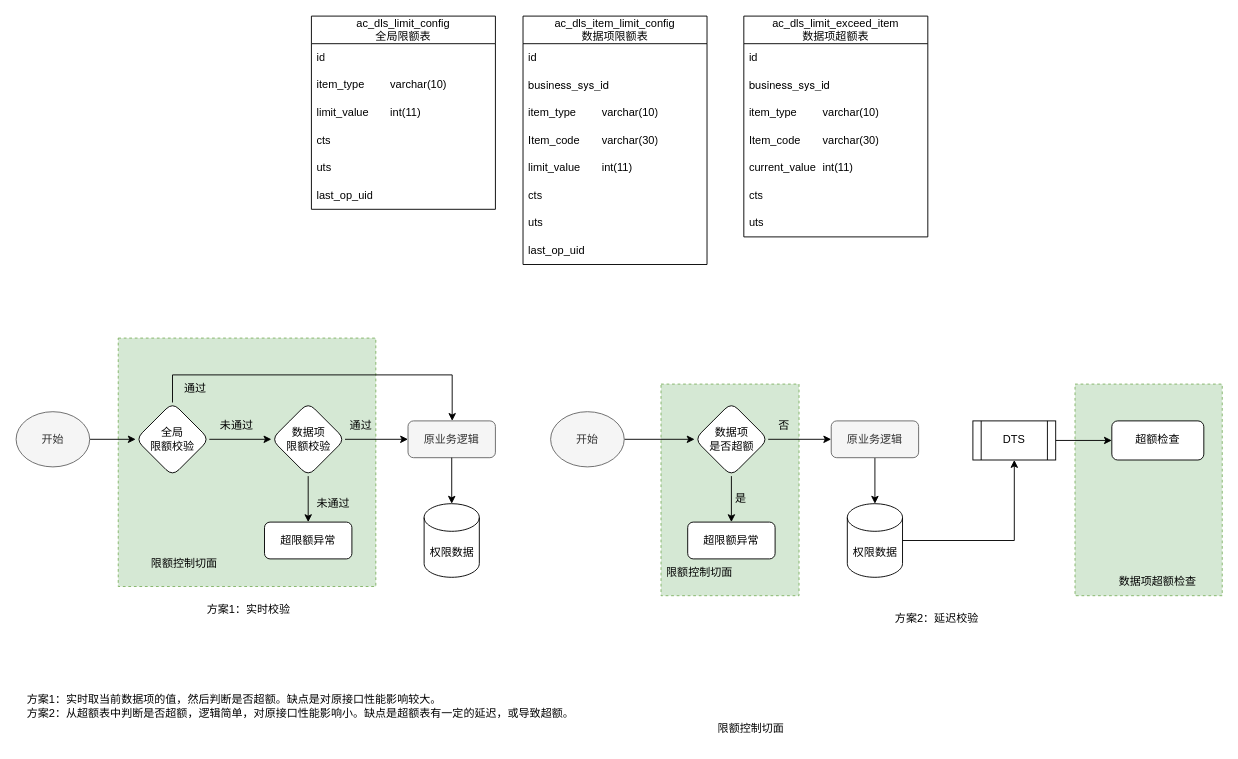
The draw.io diagram 限额模块.drawio in yamilinqh/spicedb, before the edit. Source tidied: cells renumbered, new cells numbered last; positions are measured from the earlier drawing's top-left corner, leaving out a move shared by most shapes. Both pictures are drawn from the tidied source at 92%, with x=0, y=0 at pixel (16, 16).
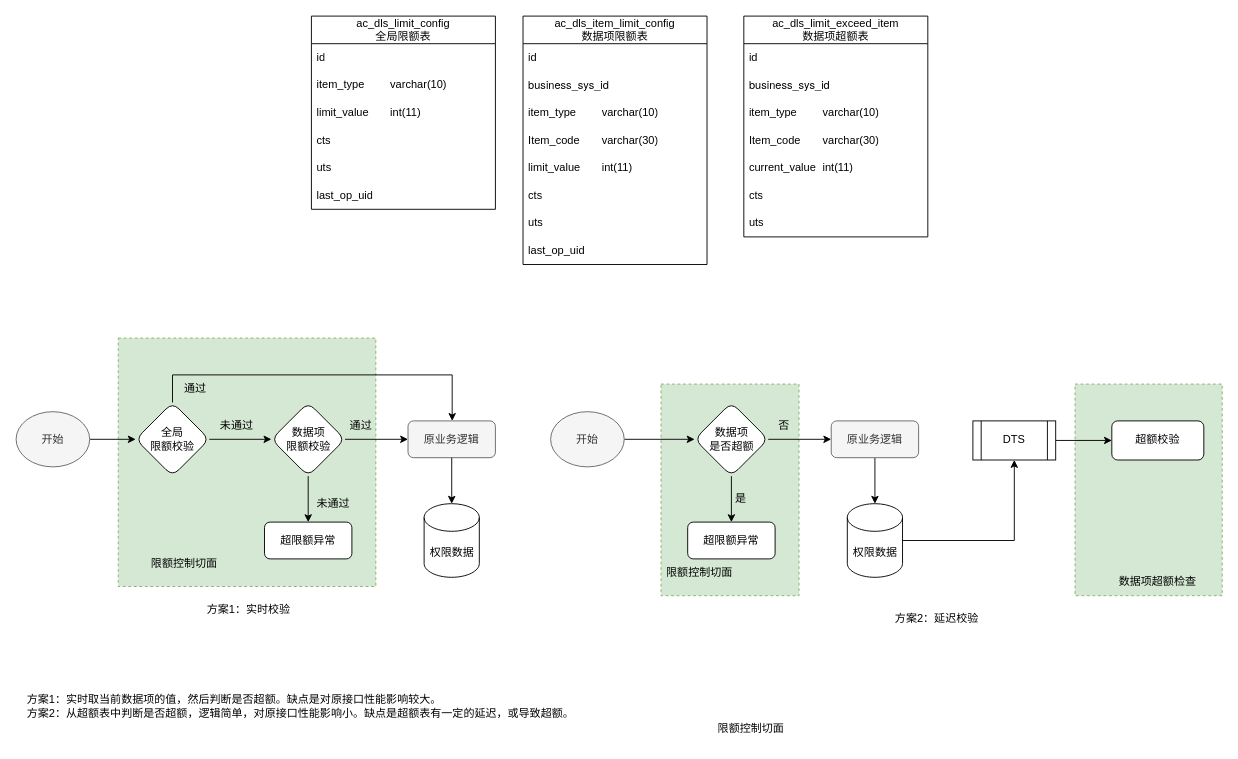
Above is the later version.

The edit, as a diff of the source:
```diff
@@
-    <mxCell id="62" value="超额检查" style="whiteSpace=wrap;html=1;rounded=1;" parent="1" vertex="1">
+    <mxCell id="62" value="超额校验" style="whiteSpace=wrap;html=1;rounded=1;" parent="1" vertex="1">
       <mxGeometry x="1191" y="440" width="100" height="42.5" as="geometry" />
     </mxCell>
```
